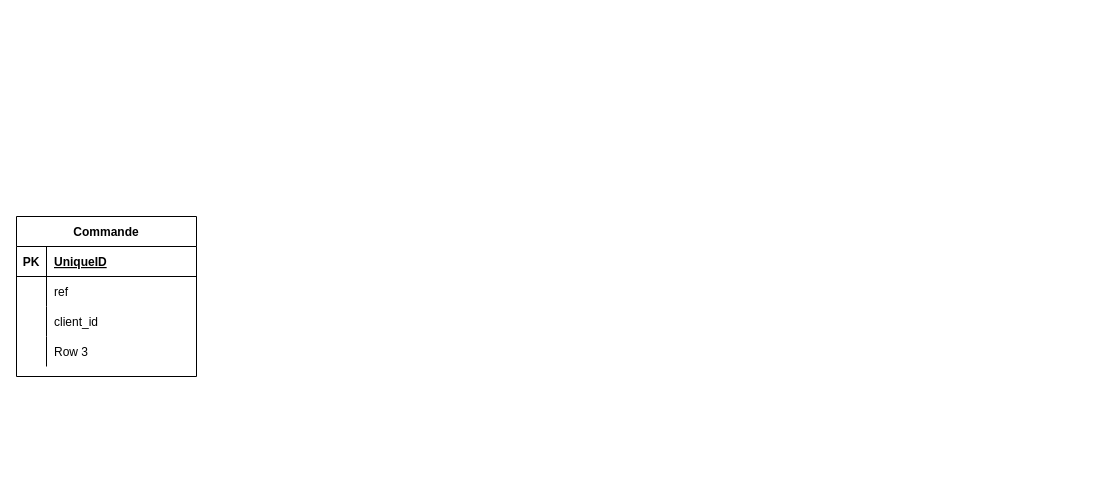
Earlier version of the draw.io diagram logistics database.drawio (hbenflouka/diagrames). Source tidied: cells renumbered, new cells numbered last; positions are measured from the earlier drawing's top-left corner, leaving out a move shared by most shapes. Both pictures are drawn from the tidied source at 100%, with x=0, y=0 at pixel (16, 216).
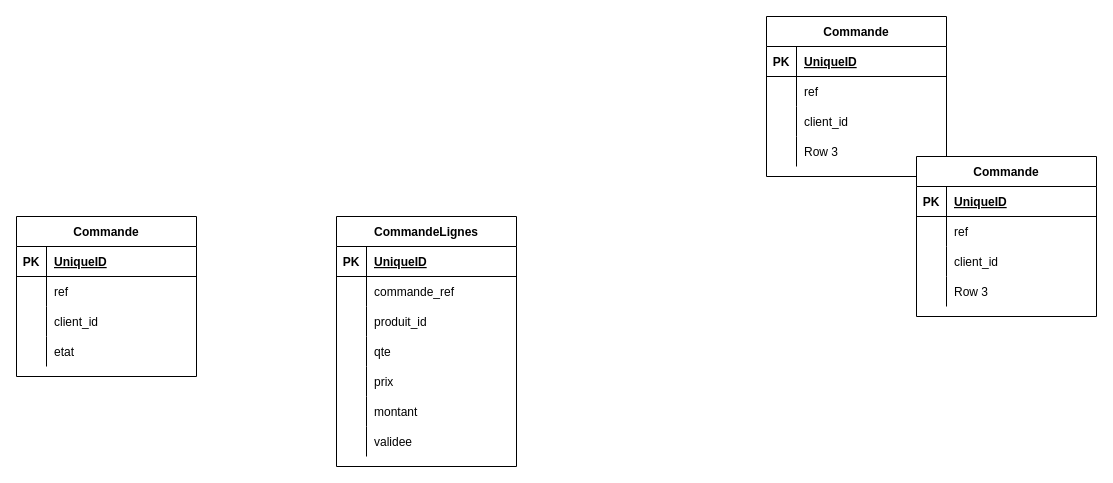
After the change.

The change refers to these unchanged cells:
```xml
<mxCell id="12" style="shape=tableRow;horizontal=0;startSize=0;swimlaneHead=0;swimlaneBody=0;fillColor=none;top=0;left=0;right=0;bottom=0;" parent="2" vertex="1">
  <mxGeometry y="120" width="180" height="30" as="geometry" />
</mxCell>
```

Change to the diagram source:
```diff
@@
-    <mxCell id="14" value="Row 3" style="shape=partialRectangle;fillColor=none;top=0;left=0;bottom=0;right=0;align=left;spacingLeft=6;overflow=hidden;" parent="12" vertex="1">
+    <mxCell id="14" value="etat" style="shape=partialRectangle;fillColor=none;top=0;left=0;bottom=0;right=0;align=left;spacingLeft=6;overflow=hidden;" parent="12" vertex="1">
       <mxGeometry x="30" width="150" height="30" as="geometry" />
     </mxCell>
+    <mxCell id="15" value="Commande" style="shape=table;startSize=30;childLayout=tableLayout;rowLines=0;fontStyle=1;align=center;" parent="1" vertex="1">
+      <mxGeometry x="750" y="-200" width="180" height="160" as="geometry" />
+    </mxCell>
+    <mxCell id="16" style="shape=tableRow;horizontal=0;startSize=0;swimlaneHead=0;swimlaneBody=0;fillColor=none;top=0;left=0;right=0;bottom=1;" parent="15" vertex="1">
+      <mxGeometry y="30" width="180" height="30" as="geometry" />
+    </mxCell>
+    <mxCell id="17" value="PK" style="shape=partialRectangle;fillColor=none;top=0;left=0;bottom=0;right=0;fontStyle=1;overflow=hidden;" parent="16" vertex="1">
+      <mxGeometry width="30" height="30" as="geometry" />
+    </mxCell>
+    <mxCell id="18" value="UniqueID" style="shape=partialRectangle;fillColor=none;top=0;left=0;bottom=0;right=0;align=left;spacingLeft=6;fontStyle=5;overflow=hidden;" parent="16" vertex="1">
+      <mxGeometry x="30" width="150" height="30" as="geometry" />
+    </mxCell>
+    <mxCell id="19" style="shape=tableRow;horizontal=0;startSize=0;swimlaneHead=0;swimlaneBody=0;fillColor=none;top=0;left=0;right=0;bottom=0;" parent="15" vertex="1">
+      <mxGeometry y="60" width="180" height="30" as="geometry" />
+    </mxCell>
+    <mxCell id="20" style="shape=partialRectangle;fillColor=none;top=0;left=0;bottom=0;right=0;overflow=hidden;" parent="19" vertex="1">
+      <mxGeometry width="30" height="30" as="geometry" />
+    </mxCell>
+    <mxCell id="21" value="ref" style="shape=partialRectangle;fillColor=none;top=0;left=0;bottom=0;right=0;align=left;spacingLeft=6;overflow=hidden;" parent="19" vertex="1">
+      <mxGeometry x="30" width="150" height="30" as="geometry" />
+    </mxCell>
+    <mxCell id="22" style="shape=tableRow;horizontal=0;startSize=0;swimlaneHead=0;swimlaneBody=0;fillColor=none;top=0;left=0;right=0;bottom=0;" parent="15" vertex="1">
+      <mxGeometry y="90" width="180" height="30" as="geometry" />
+    </mxCell>
+    <mxCell id="23" style="shape=partialRectangle;fillColor=none;top=0;left=0;bottom=0;right=0;overflow=hidden;" parent="22" vertex="1">
+      <mxGeometry width="30" height="30" as="geometry" />
+    </mxCell>
+    <mxCell id="24" value="client_id" style="shape=partialRectangle;fillColor=none;top=0;left=0;bottom=0;right=0;align=left;spacingLeft=6;overflow=hidden;" parent="22" vertex="1">
+      <mxGeometry x="30" width="150" height="30" as="geometry" />
+    </mxCell>
+    <mxCell id="25" style="shape=tableRow;horizontal=0;startSize=0;swimlaneHead=0;swimlaneBody=0;fillColor=none;top=0;left=0;right=0;bottom=0;" parent="15" vertex="1">
+      <mxGeometry y="120" width="180" height="30" as="geometry" />
+    </mxCell>
+    <mxCell id="26" style="shape=partialRectangle;fillColor=none;top=0;left=0;bottom=0;right=0;overflow=hidden;" parent="25" vertex="1">
+      <mxGeometry width="30" height="30" as="geometry" />
+    </mxCell>
+    <mxCell id="27" value="Row 3" style="shape=partialRectangle;fillColor=none;top=0;left=0;bottom=0;right=0;align=left;spacingLeft=6;overflow=hidden;" parent="25" vertex="1">
+      <mxGeometry x="30" width="150" height="30" as="geometry" />
+    </mxCell>
+    <mxCell id="28" value="Commande" style="shape=table;startSize=30;childLayout=tableLayout;rowLines=0;fontStyle=1;align=center;" parent="1" vertex="1">
+      <mxGeometry x="900" y="-60" width="180" height="160" as="geometry" />
+    </mxCell>
+    <mxCell id="29" style="shape=tableRow;horizontal=0;startSize=0;swimlaneHead=0;swimlaneBody=0;fillColor=none;top=0;left=0;right=0;bottom=1;" parent="28" vertex="1">
+      <mxGeometry y="30" width="180" height="30" as="geometry" />
+    </mxCell>
+    <mxCell id="30" value="PK" style="shape=partialRectangle;fillColor=none;top=0;left=0;bottom=0;right=0;fontStyle=1;overflow=hidden;" parent="29" vertex="1">
+      <mxGeometry width="30" height="30" as="geometry" />
+    </mxCell>
+    <mxCell id="31" value="UniqueID" style="shape=partialRectangle;fillColor=none;top=0;left=0;bottom=0;right=0;align=left;spacingLeft=6;fontStyle=5;overflow=hidden;" parent="29" vertex="1">
+      <mxGeometry x="30" width="150" height="30" as="geometry" />
+    </mxCell>
+    <mxCell id="32" style="shape=tableRow;horizontal=0;startSize=0;swimlaneHead=0;swimlaneBody=0;fillColor=none;top=0;left=0;right=0;bottom=0;" parent="28" vertex="1">
+      <mxGeometry y="60" width="180" height="30" as="geometry" />
+    </mxCell>
+    <mxCell id="33" style="shape=partialRectangle;fillColor=none;top=0;left=0;bottom=0;right=0;overflow=hidden;" parent="32" vertex="1">
+      <mxGeometry width="30" height="30" as="geometry" />
+    </mxCell>
+    <mxCell id="34" value="ref" style="shape=partialRectangle;fillColor=none;top=0;left=0;bottom=0;right=0;align=left;spacingLeft=6;overflow=hidden;" parent="32" vertex="1">
+      <mxGeometry x="30" width="150" height="30" as="geometry" />
+    </mxCell>
+    <mxCell id="35" style="shape=tableRow;horizontal=0;startSize=0;swimlaneHead=0;swimlaneBody=0;fillColor=none;top=0;left=0;right=0;bottom=0;" parent="28" vertex="1">
+      <mxGeometry y="90" width="180" height="30" as="geometry" />
+    </mxCell>
+    <mxCell id="36" style="shape=partialRectangle;fillColor=none;top=0;left=0;bottom=0;right=0;overflow=hidden;" parent="35" vertex="1">
+      <mxGeometry width="30" height="30" as="geometry" />
+    </mxCell>
+    <mxCell id="37" value="client_id" style="shape=partialRectangle;fillColor=none;top=0;left=0;bottom=0;right=0;align=left;spacingLeft=6;overflow=hidden;" parent="35" vertex="1">
+      <mxGeometry x="30" width="150" height="30" as="geometry" />
+    </mxCell>
+    <mxCell id="38" style="shape=tableRow;horizontal=0;startSize=0;swimlaneHead=0;swimlaneBody=0;fillColor=none;top=0;left=0;right=0;bottom=0;" parent="28" vertex="1">
+      <mxGeometry y="120" width="180" height="30" as="geometry" />
+    </mxCell>
+    <mxCell id="39" style="shape=partialRectangle;fillColor=none;top=0;left=0;bottom=0;right=0;overflow=hidden;" parent="38" vertex="1">
+      <mxGeometry width="30" height="30" as="geometry" />
+    </mxCell>
+    <mxCell id="40" value="Row 3" style="shape=partialRectangle;fillColor=none;top=0;left=0;bottom=0;right=0;align=left;spacingLeft=6;overflow=hidden;" parent="38" vertex="1">
+      <mxGeometry x="30" width="150" height="30" as="geometry" />
+    </mxCell>
+    <mxCell id="41" value="CommandeLignes" style="shape=table;startSize=30;childLayout=tableLayout;rowLines=0;fontStyle=1;align=center;" parent="1" vertex="1">
+      <mxGeometry x="320" width="180" height="250" as="geometry" />
+    </mxCell>
+    <mxCell id="42" style="shape=tableRow;horizontal=0;startSize=0;swimlaneHead=0;swimlaneBody=0;fillColor=none;top=0;left=0;right=0;bottom=1;" parent="41" vertex="1">
+      <mxGeometry y="30" width="180" height="30" as="geometry" />
+    </mxCell>
+    <mxCell id="43" value="PK" style="shape=partialRectangle;fillColor=none;top=0;left=0;bottom=0;right=0;fontStyle=1;overflow=hidden;" parent="42" vertex="1">
+      <mxGeometry width="30" height="30" as="geometry" />
+    </mxCell>
+    <mxCell id="44" value="UniqueID" style="shape=partialRectangle;fillColor=none;top=0;left=0;bottom=0;right=0;align=left;spacingLeft=6;fontStyle=5;overflow=hidden;" parent="42" vertex="1">
+      <mxGeometry x="30" width="150" height="30" as="geometry" />
+    </mxCell>
+    <mxCell id="45" style="shape=tableRow;horizontal=0;startSize=0;swimlaneHead=0;swimlaneBody=0;fillColor=none;top=0;left=0;right=0;bottom=0;" parent="41" vertex="1">
+      <mxGeometry y="60" width="180" height="30" as="geometry" />
+    </mxCell>
+    <mxCell id="46" style="shape=partialRectangle;fillColor=none;top=0;left=0;bottom=0;right=0;overflow=hidden;" parent="45" vertex="1">
+      <mxGeometry width="30" height="30" as="geometry" />
+    </mxCell>
+    <mxCell id="47" value="commande_ref" style="shape=partialRectangle;fillColor=none;top=0;left=0;bottom=0;right=0;align=left;spacingLeft=6;overflow=hidden;" parent="45" vertex="1">
+      <mxGeometry x="30" width="150" height="30" as="geometry" />
+    </mxCell>
+    <mxCell id="48" style="shape=tableRow;horizontal=0;startSize=0;swimlaneHead=0;swimlaneBody=0;fillColor=none;top=0;left=0;right=0;bottom=0;" parent="41" vertex="1">
+      <mxGeometry y="90" width="180" height="30" as="geometry" />
+    </mxCell>
+    <mxCell id="49" style="shape=partialRectangle;fillColor=none;top=0;left=0;bottom=0;right=0;overflow=hidden;" parent="48" vertex="1">
+      <mxGeometry width="30" height="30" as="geometry" />
+    </mxCell>
+    <mxCell id="50" value="produit_id" style="shape=partialRectangle;fillColor=none;top=0;left=0;bottom=0;right=0;align=left;spacingLeft=6;overflow=hidden;" parent="48" vertex="1">
+      <mxGeometry x="30" width="150" height="30" as="geometry" />
+    </mxCell>
+    <mxCell id="51" style="shape=tableRow;horizontal=0;startSize=0;swimlaneHead=0;swimlaneBody=0;fillColor=none;top=0;left=0;right=0;bottom=0;" parent="41" vertex="1">
+      <mxGeometry y="120" width="180" height="30" as="geometry" />
+    </mxCell>
+    <mxCell id="52" style="shape=partialRectangle;fillColor=none;top=0;left=0;bottom=0;right=0;overflow=hidden;" parent="51" vertex="1">
+      <mxGeometry width="30" height="30" as="geometry" />
+    </mxCell>
+    <mxCell id="53" value="qte" style="shape=partialRectangle;fillColor=none;top=0;left=0;bottom=0;right=0;align=left;spacingLeft=6;overflow=hidden;" parent="51" vertex="1">
+      <mxGeometry x="30" width="150" height="30" as="geometry" />
+    </mxCell>
+    <mxCell id="54" style="shape=tableRow;horizontal=0;startSize=0;swimlaneHead=0;swimlaneBody=0;fillColor=none;top=0;left=0;right=0;bottom=0;" parent="41" vertex="1">
+      <mxGeometry y="150" width="180" height="30" as="geometry" />
+    </mxCell>
+    <mxCell id="55" style="shape=partialRectangle;fillColor=none;top=0;left=0;bottom=0;right=0;overflow=hidden;" parent="54" vertex="1">
+      <mxGeometry width="30" height="30" as="geometry" />
+    </mxCell>
+    <mxCell id="56" value="prix" style="shape=partialRectangle;fillColor=none;top=0;left=0;bottom=0;right=0;align=left;spacingLeft=6;overflow=hidden;" parent="54" vertex="1">
+      <mxGeometry x="30" width="150" height="30" as="geometry" />
+    </mxCell>
+    <mxCell id="57" style="shape=tableRow;horizontal=0;startSize=0;swimlaneHead=0;swimlaneBody=0;fillColor=none;top=0;left=0;right=0;bottom=0;" parent="41" vertex="1">
+      <mxGeometry y="180" width="180" height="30" as="geometry" />
+    </mxCell>
+    <mxCell id="58" style="shape=partialRectangle;fillColor=none;top=0;left=0;bottom=0;right=0;overflow=hidden;" parent="57" vertex="1">
+      <mxGeometry width="30" height="30" as="geometry" />
+    </mxCell>
+    <mxCell id="59" value="montant" style="shape=partialRectangle;fillColor=none;top=0;left=0;bottom=0;right=0;align=left;spacingLeft=6;overflow=hidden;" parent="57" vertex="1">
+      <mxGeometry x="30" width="150" height="30" as="geometry" />
+    </mxCell>
+    <mxCell id="60" style="shape=tableRow;horizontal=0;startSize=0;swimlaneHead=0;swimlaneBody=0;fillColor=none;top=0;left=0;right=0;bottom=0;" parent="41" vertex="1">
+      <mxGeometry y="210" width="180" height="30" as="geometry" />
+    </mxCell>
+    <mxCell id="61" style="shape=partialRectangle;fillColor=none;top=0;left=0;bottom=0;right=0;overflow=hidden;" parent="60" vertex="1">
+      <mxGeometry width="30" height="30" as="geometry" />
+    </mxCell>
+    <mxCell id="62" value="validee" style="shape=partialRectangle;fillColor=none;top=0;left=0;bottom=0;right=0;align=left;spacingLeft=6;overflow=hidden;" parent="60" vertex="1">
+      <mxGeometry x="30" width="150" height="30" as="geometry" />
+    </mxCell>
```
